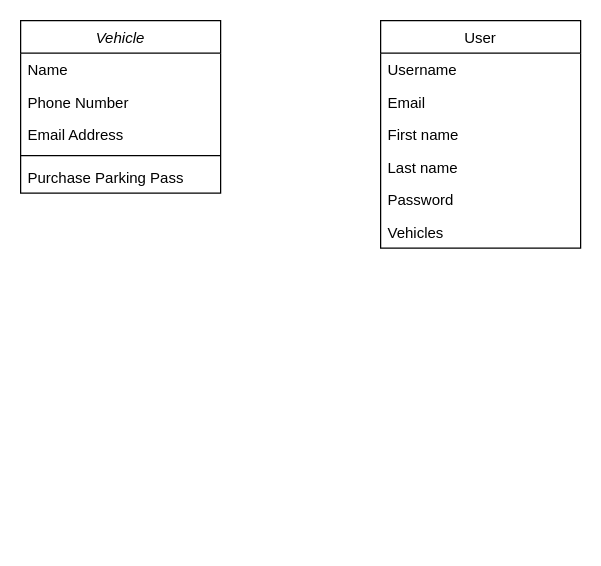
The draw.io diagram Untitled Diagram.drawio in notedeagle/fuelTrackerDiagrams, before the edit. Source tidied: cells renumbered, new cells numbered last; positions are measured from the earlier drawing's top-left corner, leaving out a move shared by most shapes. Both pictures are drawn from the tidied source at 125%, with x=0, y=0 at pixel (20, 20).
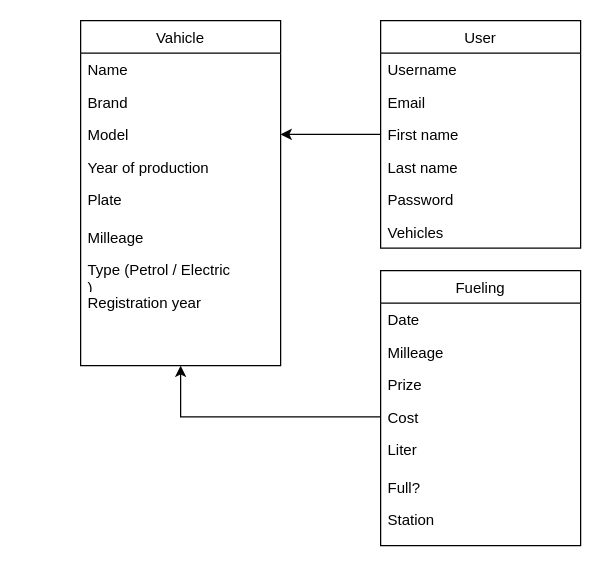
Above is the later version.

The change refers to these unchanged cells:
```xml
<mxCell id="11" value="First name" style="text;align=left;verticalAlign=top;spacingLeft=4;spacingRight=4;overflow=hidden;points=[[0,0.5],[1,0.5]];portConstraint=eastwest;rounded=0;shadow=0;html=0;" parent="8" vertex="1">
  <mxGeometry y="78" width="160" height="26" as="geometry" />
</mxCell>
```

Change to the diagram source:
```diff
@@
-    <mxCell id="2" value="Vehicle" style="swimlane;fontStyle=2;align=center;verticalAlign=top;horizontal=1;startSize=26;rounded=0;shadow=0;strokeWidth=1;" parent="1" vertex="1">
-      <mxGeometry width="160" height="138" as="geometry" />
-    </mxCell>
-    <mxCell id="3" value="Name" style="text;align=left;verticalAlign=top;spacingLeft=4;spacingRight=4;overflow=hidden;" parent="2" vertex="1">
-      <mxGeometry y="26" width="160" height="26" as="geometry" />
-    </mxCell>
-    <mxCell id="4" value="Phone Number" style="text;align=left;verticalAlign=top;spacingLeft=4;spacingRight=4;overflow=hidden;rounded=0;shadow=0;html=0;" parent="2" vertex="1">
-      <mxGeometry y="52" width="160" height="26" as="geometry" />
-    </mxCell>
-    <mxCell id="5" value="Email Address" style="text;align=left;verticalAlign=top;spacingLeft=4;spacingRight=4;overflow=hidden;rounded=0;shadow=0;html=0;" parent="2" vertex="1">
-      <mxGeometry y="78" width="160" height="26" as="geometry" />
-    </mxCell>
-    <mxCell id="6" style="line;html=1;strokeWidth=1;align=left;verticalAlign=middle;spacingTop=-1;spacingLeft=3;spacingRight=3;labelPosition=right;" parent="2" vertex="1">
-      <mxGeometry y="104" width="160" height="8" as="geometry" />
-    </mxCell>
-    <mxCell id="7" value="Purchase Parking Pass" style="text;align=left;verticalAlign=top;spacingLeft=4;spacingRight=4;overflow=hidden;" parent="2" vertex="1">
-      <mxGeometry y="112" width="160" height="26" as="geometry" />
-    </mxCell>
@@
+    <mxCell id="15" value="Vahicle&#10;" style="swimlane;fontStyle=0;align=center;verticalAlign=top;horizontal=1;startSize=26;rounded=0;shadow=0;strokeWidth=1;" parent="1" vertex="1">
+      <mxGeometry x="48" width="160" height="276" as="geometry" />
+    </mxCell>
+    <mxCell id="3" value="Name" style="text;align=left;verticalAlign=top;spacingLeft=4;spacingRight=4;overflow=hidden;" parent="15" vertex="1">
+      <mxGeometry y="26" width="160" height="26" as="geometry" />
+    </mxCell>
+    <mxCell id="16" value="Brand" style="text;align=left;verticalAlign=top;spacingLeft=4;spacingRight=4;overflow=hidden;rounded=0;shadow=0;html=0;" parent="15" vertex="1">
+      <mxGeometry y="52" width="160" height="26" as="geometry" />
+    </mxCell>
+    <mxCell id="17" value="Model" style="text;align=left;verticalAlign=top;spacingLeft=4;spacingRight=4;overflow=hidden;points=[[0,0.5],[1,0.5]];portConstraint=eastwest;rounded=0;shadow=0;html=0;" parent="15" vertex="1">
+      <mxGeometry y="78" width="160" height="26" as="geometry" />
+    </mxCell>
+    <mxCell id="18" value="Year of production" style="text;align=left;verticalAlign=top;spacingLeft=4;spacingRight=4;overflow=hidden;rounded=0;shadow=0;html=0;" parent="15" vertex="1">
+      <mxGeometry y="104" width="160" height="26" as="geometry" />
+    </mxCell>
+    <mxCell id="19" value="Plate" style="text;align=left;verticalAlign=top;spacingLeft=4;spacingRight=4;overflow=hidden;rounded=0;shadow=0;html=0;" parent="15" vertex="1">
+      <mxGeometry y="130" width="160" height="30" as="geometry" />
+    </mxCell>
+    <mxCell id="20" value="Milleage" style="text;align=left;verticalAlign=top;spacingLeft=4;spacingRight=4;overflow=hidden;rounded=0;shadow=0;html=0;" parent="15" vertex="1">
+      <mxGeometry y="160" width="160" height="26" as="geometry" />
+    </mxCell>
+    <mxCell id="21" value="Type (Petrol / Electric&#10;)" style="text;align=left;verticalAlign=top;spacingLeft=4;spacingRight=4;overflow=hidden;" parent="15" vertex="1">
+      <mxGeometry y="186" width="160" height="26" as="geometry" />
+    </mxCell>
+    <mxCell id="22" value="Registration year" style="text;align=left;verticalAlign=top;spacingLeft=4;spacingRight=4;overflow=hidden;rounded=0;shadow=0;html=0;" parent="15" vertex="1">
+      <mxGeometry y="212" width="160" height="28" as="geometry" />
+    </mxCell>
+    <mxCell id="23" style="edgeStyle=orthogonalEdgeStyle;rounded=0;jettySize=auto;html=1;entryX=1;entryY=0.5;entryDx=0;entryDy=0;" parent="1" edge="1" source="11" target="17">
+      <mxGeometry relative="1" as="geometry" />
+    </mxCell>
+    <mxCell id="24" value="Fueling" style="swimlane;fontStyle=0;align=center;verticalAlign=top;horizontal=1;startSize=26;rounded=0;shadow=0;strokeWidth=1;" parent="1" vertex="1">
+      <mxGeometry x="288" y="200" width="160" height="220" as="geometry" />
+    </mxCell>
+    <mxCell id="25" value="Date" style="text;align=left;verticalAlign=top;spacingLeft=4;spacingRight=4;overflow=hidden;" parent="24" vertex="1">
+      <mxGeometry y="26" width="160" height="26" as="geometry" />
+    </mxCell>
+    <mxCell id="26" value="Milleage" style="text;align=left;verticalAlign=top;spacingLeft=4;spacingRight=4;overflow=hidden;rounded=0;shadow=0;html=0;" parent="24" vertex="1">
+      <mxGeometry y="52" width="160" height="26" as="geometry" />
+    </mxCell>
+    <mxCell id="27" value="Prize" style="text;align=left;verticalAlign=top;spacingLeft=4;spacingRight=4;overflow=hidden;rounded=0;shadow=0;html=0;" parent="24" vertex="1">
+      <mxGeometry y="78" width="160" height="26" as="geometry" />
+    </mxCell>
+    <mxCell id="28" value="Cost" style="text;align=left;verticalAlign=top;spacingLeft=4;spacingRight=4;overflow=hidden;points=[[0,0.5],[1,0.5]];portConstraint=eastwest;rounded=0;shadow=0;html=0;" parent="24" vertex="1">
+      <mxGeometry y="104" width="160" height="26" as="geometry" />
+    </mxCell>
+    <mxCell id="29" value="Liter" style="text;align=left;verticalAlign=top;spacingLeft=4;spacingRight=4;overflow=hidden;rounded=0;shadow=0;html=0;" parent="24" vertex="1">
+      <mxGeometry y="130" width="160" height="30" as="geometry" />
+    </mxCell>
+    <mxCell id="30" value="Full?" style="text;align=left;verticalAlign=top;spacingLeft=4;spacingRight=4;overflow=hidden;rounded=0;shadow=0;html=0;" parent="24" vertex="1">
+      <mxGeometry y="160" width="160" height="26" as="geometry" />
+    </mxCell>
+    <mxCell id="31" value="Station" style="text;align=left;verticalAlign=top;spacingLeft=4;spacingRight=4;overflow=hidden;" parent="24" vertex="1">
+      <mxGeometry y="186" width="160" height="26" as="geometry" />
+    </mxCell>
+    <mxCell id="32" style="edgeStyle=orthogonalEdgeStyle;rounded=0;jettySize=auto;html=1;entryX=0.5;entryY=1;entryDx=0;entryDy=0;" parent="1" edge="1" source="28" target="15">
+      <mxGeometry relative="1" as="geometry" />
+    </mxCell>
```
